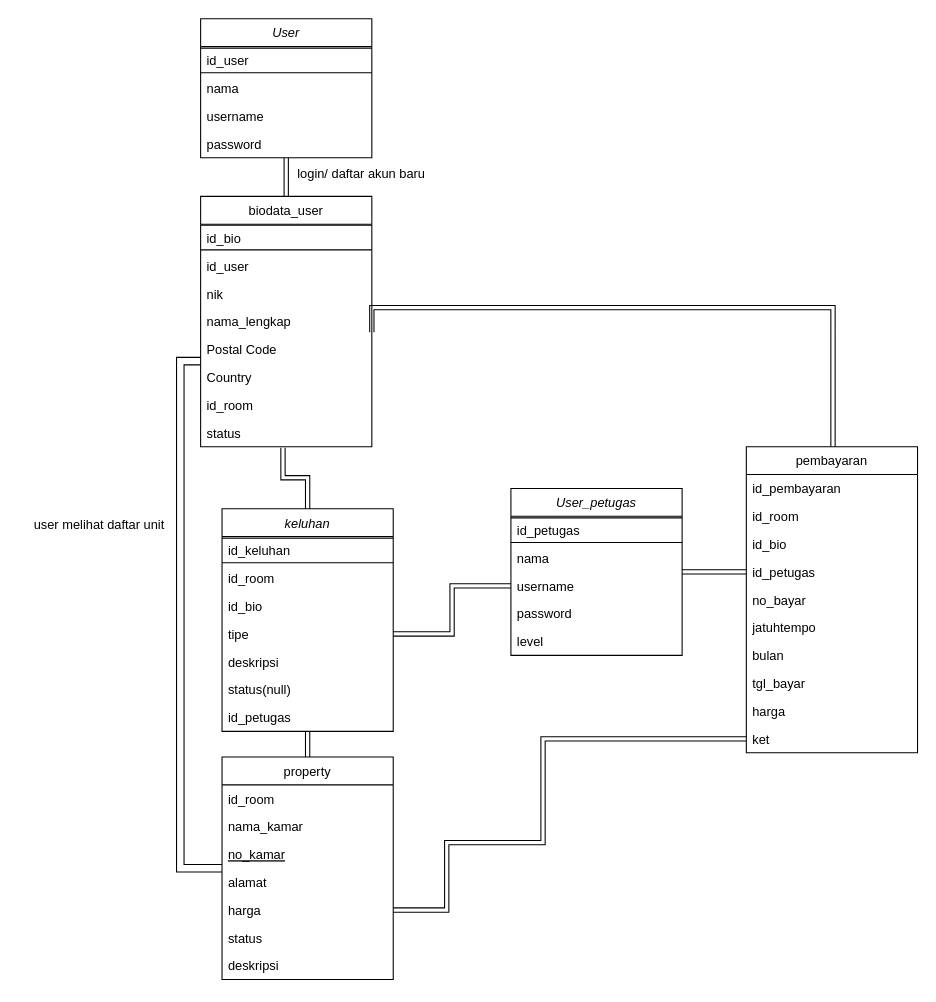
The draw.io diagram Rancangan Database Rentopia.drawio in Deanoki/Rentopia-Dashboard, before the edit. Source tidied: cells renumbered, new cells numbered last; positions are measured from the earlier drawing's top-left corner, leaving out a move shared by most shapes. Both pictures are drawn from the tidied source at 107%, with x=0, y=0 at pixel (18, 18).
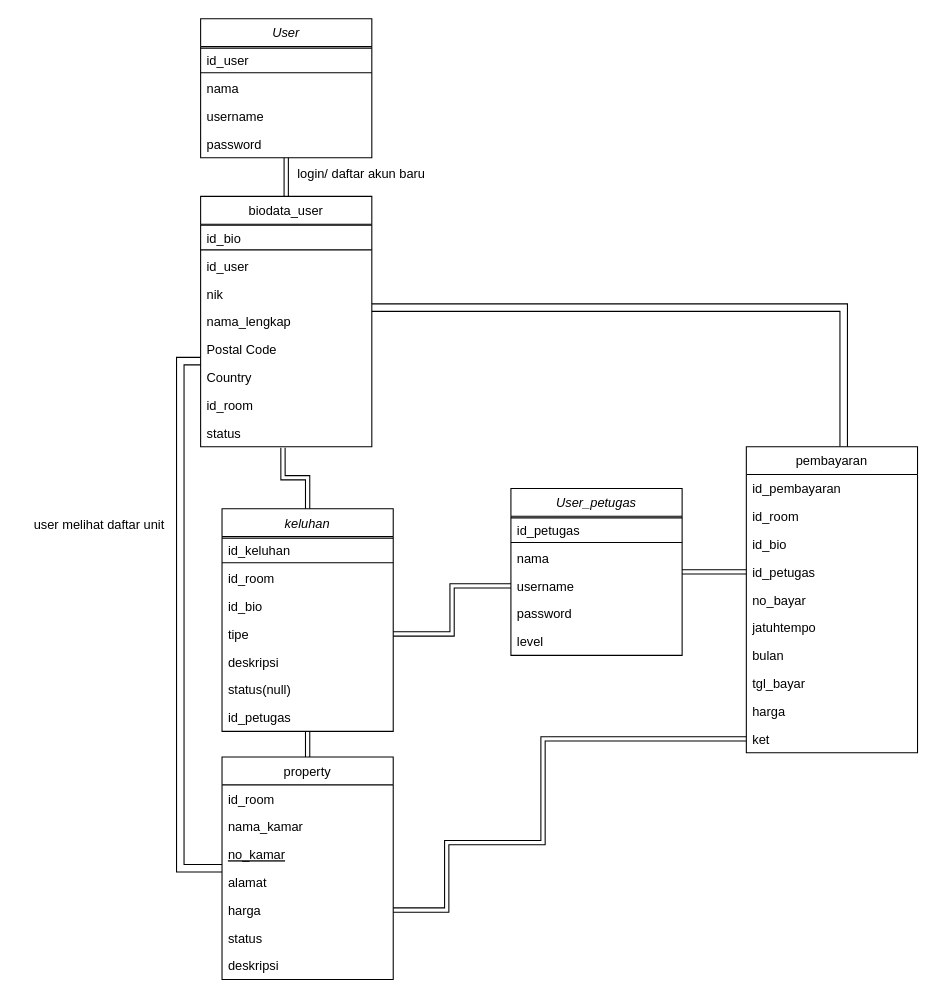
The same page after the edit.

Change to the diagram source:
```diff
@@
-    <mxCell id="2" style="edgeStyle=orthogonalEdgeStyle;shape=link;rounded=0;orthogonalLoop=1;jettySize=auto;html=1;exitX=0.994;exitY=-0.115;exitDx=0;exitDy=0;exitPerimeter=0;" parent="1" edge="1">
+    <mxCell id="2" style="edgeStyle=orthogonalEdgeStyle;shape=link;rounded=0;orthogonalLoop=1;jettySize=auto;html=1;width=7;" parent="1" edge="1">
       <mxGeometry relative="1" as="geometry">
-        <mxPoint x="330" y="293" as="sourcePoint" />
-        <mxPoint x="761" y="400" as="targetPoint" />
+        <mxPoint x="330" y="270" as="sourcePoint" />
+        <mxPoint x="771" y="400" as="targetPoint" />
         <Array as="points">
-          <mxPoint x="330" y="270" />
-          <mxPoint x="761" y="270" />
+          <mxPoint x="340" y="270" />
+          <mxPoint x="771" y="270" />
         </Array>
       </mxGeometry>
     </mxCell>
```
